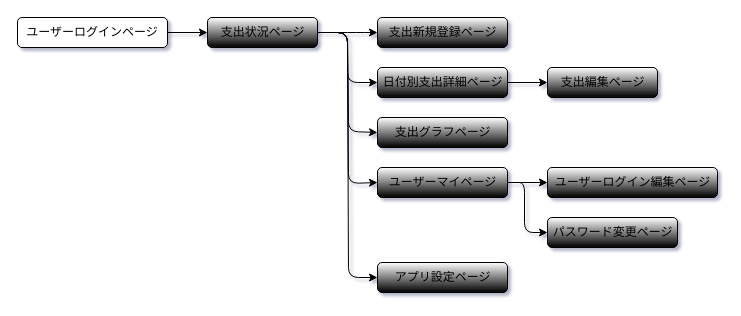
Earlier version of the draw.io diagram my_ecopla_STD.dio (Yuya7124/my_ecopla). Source tidied: cells renumbered, new cells numbered last; positions are measured from the earlier drawing's top-left corner, leaving out a move shared by most shapes. Both pictures are drawn from the tidied source at 100%, with x=0, y=0 at pixel (17, 17).
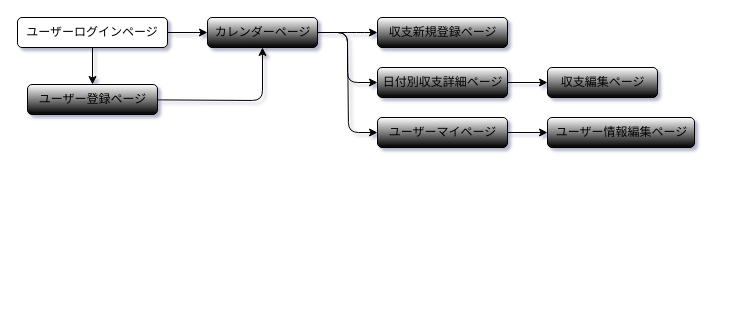
The same diagram, later.

The change refers to these unchanged cells:
```xml
<mxCell id="3" value="ユーザーログインページ" style="rounded=1;whiteSpace=wrap;html=1;fillColor=#FFFFFF;gradientColor=none;fontColor=#000000;strokeColor=#000000;" parent="1" vertex="1">
  <mxGeometry width="150" height="30" as="geometry" />
</mxCell>
```

Diff of the diagram source:
```diff
@@
+    <mxCell id="21" style="edgeStyle=none;html=1;strokeColor=#000000;" parent="1" edge="1" source="3" target="8">
+      <mxGeometry relative="1" as="geometry" />
+    </mxCell>
@@
-    <mxCell id="6" style="edgeStyle=none;html=1;entryX=0;entryY=0.5;entryDx=0;entryDy=0;strokeColor=#000000;" parent="1" edge="1" source="9" target="14">
-      <mxGeometry relative="1" as="geometry">
-        <Array as="points">
-          <mxPoint x="330" y="15" />
-          <mxPoint x="331" y="114" />
-        </Array>
-      </mxGeometry>
-    </mxCell>
-    <mxCell id="7" style="edgeStyle=none;html=1;exitX=1;exitY=0.5;exitDx=0;exitDy=0;entryX=0;entryY=0.5;entryDx=0;entryDy=0;strokeColor=#000000;" parent="1" edge="1" source="9">
+    <mxCell id="7" style="edgeStyle=none;html=1;exitX=1;exitY=0.5;exitDx=0;exitDy=0;entryX=0;entryY=0.5;entryDx=0;entryDy=0;strokeColor=#000000;" parent="1" edge="1" source="9" target="17">
       <mxGeometry relative="1" as="geometry">
-        <mxPoint x="360" y="165" as="targetPoint" />
         <Array as="points">
           <mxPoint x="330" y="15" />
-          <mxPoint x="331" y="166" />
+          <mxPoint x="331" y="115" />
         </Array>
       </mxGeometry>
     </mxCell>
-    <mxCell id="8" style="edgeStyle=none;html=1;entryX=0;entryY=0.5;entryDx=0;entryDy=0;strokeColor=#000000;fontColor=#000000;" parent="1" edge="1">
-      <mxGeometry relative="1" as="geometry">
-        <mxPoint x="300" y="15" as="sourcePoint" />
-        <mxPoint x="360" y="260" as="targetPoint" />
-        <Array as="points">
-          <mxPoint x="330" y="15" />
-          <mxPoint x="331" y="260" />
-        </Array>
-      </mxGeometry>
-    </mxCell>
-    <mxCell id="9" value="支出状況ページ" style="rounded=1;html=1;strokeColor=#000000;gradientColor=default;fillColor=#FFFFFF;fontColor=#000000;" parent="1" vertex="1">
+    <mxCell id="9" value="カレンダーページ" style="rounded=1;html=1;strokeColor=#000000;gradientColor=default;fillColor=#FFFFFF;fontColor=#000000;" parent="1" vertex="1">
       <mxGeometry x="190" width="110" height="30" as="geometry" />
     </mxCell>
-    <mxCell id="10" value="支出新規登録ページ" style="rounded=1;html=1;strokeColor=#000000;gradientColor=default;fillColor=#FFFFFF;fontColor=#000000;" parent="1" vertex="1">
+    <mxCell id="10" value="収支新規登録ページ" style="rounded=1;html=1;strokeColor=#000000;gradientColor=default;fillColor=#FFFFFF;fontColor=#000000;" parent="1" vertex="1">
       <mxGeometry x="360" width="130" height="30" as="geometry" />
     </mxCell>
-    <mxCell id="11" value="支出編集ページ" style="rounded=1;html=1;strokeColor=#000000;gradientColor=default;fillColor=#FFFFFF;fontColor=#000000;" parent="1" vertex="1">
+    <mxCell id="11" value="収支編集ページ" style="rounded=1;html=1;strokeColor=#000000;gradientColor=default;fillColor=#FFFFFF;fontColor=#000000;" parent="1" vertex="1">
       <mxGeometry x="530" y="50" width="110" height="30" as="geometry" />
     </mxCell>
@@
-    <mxCell id="13" value="日付別支出詳細ページ" style="rounded=1;html=1;strokeColor=#000000;gradientColor=default;fillColor=#FFFFFF;fontColor=#000000;" parent="1" vertex="1">
+    <mxCell id="13" value="日付別収支詳細ページ" style="rounded=1;html=1;strokeColor=#000000;gradientColor=default;fillColor=#FFFFFF;fontColor=#000000;" parent="1" vertex="1">
       <mxGeometry x="360" y="50" width="130" height="30" as="geometry" />
     </mxCell>
-    <mxCell id="14" value="支出グラフページ" style="rounded=1;html=1;strokeColor=#000000;gradientColor=default;fillColor=#FFFFFF;fontColor=#000000;" parent="1" vertex="1">
-      <mxGeometry x="360" y="100" width="130" height="30" as="geometry" />
-    </mxCell>
@@
-    <mxCell id="16" style="edgeStyle=none;html=1;entryX=0;entryY=0.5;entryDx=0;entryDy=0;strokeColor=#000000;" parent="1" edge="1" target="19">
-      <mxGeometry relative="1" as="geometry">
-        <mxPoint x="497" y="165" as="sourcePoint" />
-        <Array as="points">
-          <mxPoint x="507" y="165" />
-          <mxPoint x="507" y="215" />
-        </Array>
-      </mxGeometry>
-    </mxCell>
     <mxCell id="17" value="ユーザーマイページ" style="rounded=1;html=1;strokeColor=#000000;gradientColor=default;fillColor=#FFFFFF;fontColor=#000000;" parent="1" vertex="1">
-      <mxGeometry x="360" y="150" width="130" height="30" as="geometry" />
+      <mxGeometry x="360" y="100" width="130" height="30" as="geometry" />
     </mxCell>
-    <mxCell id="18" value="ユーザーログイン編集ページ" style="rounded=1;html=1;strokeColor=#000000;gradientColor=default;fillColor=#FFFFFF;fontColor=#000000;" parent="1" vertex="1">
-      <mxGeometry x="530" y="150" width="170" height="30" as="geometry" />
+    <mxCell id="18" value="ユーザー情報編集ページ" style="rounded=1;html=1;strokeColor=#000000;gradientColor=default;fillColor=#FFFFFF;fontColor=#000000;" parent="1" vertex="1">
+      <mxGeometry x="530" y="100" width="147" height="30" as="geometry" />
     </mxCell>
-    <mxCell id="19" value="パスワード変更ページ" style="rounded=1;html=1;strokeColor=#000000;gradientColor=default;fillColor=#FFFFFF;fontColor=#000000;" parent="1" vertex="1">
-      <mxGeometry x="530" y="200" width="130" height="30" as="geometry" />
-    </mxCell>
-    <mxCell id="20" value="アプリ設定ページ" style="rounded=1;html=1;strokeColor=#000000;gradientColor=default;fillColor=#FFFFFF;fontColor=#000000;" parent="1" vertex="1">
-      <mxGeometry x="360" y="245" width="130" height="30" as="geometry" />
-    </mxCell>
+    <mxCell id="22" style="edgeStyle=none;html=1;entryX=0.5;entryY=1;entryDx=0;entryDy=0;strokeColor=#000000;" parent="1" edge="1" source="8" target="9">
+      <mxGeometry relative="1" as="geometry">
+        <Array as="points">
+          <mxPoint x="245" y="83" />
+        </Array>
+      </mxGeometry>
+    </mxCell>
+    <mxCell id="8" value="ユーザー登録ページ" style="rounded=1;html=1;strokeColor=#000000;gradientColor=default;fillColor=#FFFFFF;fontColor=#000000;" parent="1" vertex="1">
+      <mxGeometry x="10" y="67" width="130" height="30" as="geometry" />
+    </mxCell>
```
